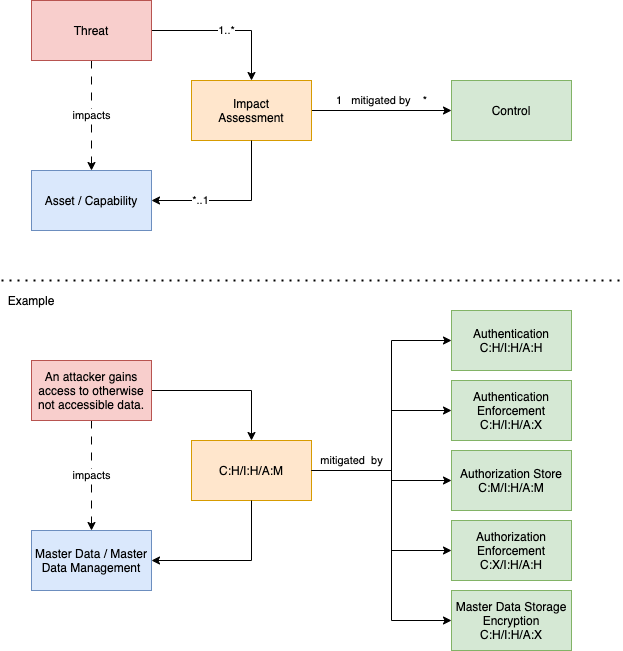
Earlier version of the draw.io export threats/2025/2025-10-20-Threat-Modelling-Impact-Assessment.png (spdx/meetings). Source tidied: cells renumbered, new cells last; positions are measured from the earlier drawing's top-left corner, leaving out a move shared by most shapes. The source it was exported from:
```xml
<mxGraphModel>
  <root>
    <mxCell id="0" />
    <mxCell id="1" parent="0" />
    <mxCell id="2" value="1&amp;nbsp; &amp;nbsp;mitigated by&amp;nbsp; &amp;nbsp; *" style="edgeStyle=orthogonalEdgeStyle;rounded=0;jettySize=auto;html=1;exitX=1;exitY=0.5;exitDx=0;exitDy=0;" parent="1" edge="1" source="4" target="3">
      <mxGeometry y="10" relative="1" as="geometry" />
    </mxCell>
    <mxCell id="3" value="Control" style="rounded=0;whiteSpace=wrap;html=1;fillColor=#d5e8d4;strokeColor=#82b366;" parent="1" vertex="1">
      <mxGeometry x="450" y="80" width="120" height="60" as="geometry" />
    </mxCell>
    <mxCell id="4" value="Impact&lt;br&gt;Assessment" style="rounded=0;whiteSpace=wrap;html=1;fillColor=#ffe6cc;strokeColor=#d79b00;" parent="1" vertex="1">
      <mxGeometry x="190" y="80" width="120" height="60" as="geometry" />
    </mxCell>
    <mxCell id="5" value="*..1" style="edgeStyle=orthogonalEdgeStyle;rounded=0;jettySize=auto;html=1;entryX=1;entryY=0.5;entryDx=0;entryDy=0;exitX=0.5;exitY=1;exitDx=0;exitDy=0;" parent="1" edge="1" source="4" target="9">
      <mxGeometry x="0.38" relative="1" as="geometry" />
    </mxCell>
    <mxCell id="6" value="1..*" style="edgeStyle=orthogonalEdgeStyle;rounded=0;jettySize=auto;html=1;" parent="1" edge="1" source="8" target="4">
      <mxGeometry relative="1" as="geometry" />
    </mxCell>
    <mxCell id="7" value="impacts" style="edgeStyle=orthogonalEdgeStyle;rounded=0;jettySize=auto;html=1;entryX=0.5;entryY=0;entryDx=0;entryDy=0;dashed=1;dashPattern=8 8;" parent="1" edge="1" source="8" target="9">
      <mxGeometry relative="1" as="geometry" />
    </mxCell>
    <mxCell id="8" value="Threat" style="rounded=0;whiteSpace=wrap;html=1;fillColor=#f8cecc;strokeColor=#b85450;" parent="1" vertex="1">
      <mxGeometry x="30" width="120" height="60" as="geometry" />
    </mxCell>
    <mxCell id="9" value="Asset / Capability" style="rounded=0;whiteSpace=wrap;html=1;fillColor=#dae8fc;strokeColor=#6c8ebf;" parent="1" vertex="1">
      <mxGeometry x="30" y="170" width="120" height="60" as="geometry" />
    </mxCell>
    <mxCell id="10" style="edgeStyle=orthogonalEdgeStyle;rounded=0;jettySize=auto;html=1;entryX=0;entryY=0.5;entryDx=0;entryDy=0;" parent="1" edge="1" source="13" target="23">
      <mxGeometry relative="1" as="geometry">
        <Array as="points">
          <mxPoint x="390" y="470" />
          <mxPoint x="390" y="550" />
        </Array>
      </mxGeometry>
    </mxCell>
    <mxCell id="11" style="edgeStyle=orthogonalEdgeStyle;rounded=0;jettySize=auto;html=1;entryX=0;entryY=0.5;entryDx=0;entryDy=0;" parent="1" edge="1" source="13" target="24">
      <mxGeometry relative="1" as="geometry">
        <Array as="points">
          <mxPoint x="390" y="470" />
          <mxPoint x="390" y="620" />
        </Array>
      </mxGeometry>
    </mxCell>
    <mxCell id="12" style="edgeStyle=orthogonalEdgeStyle;rounded=0;jettySize=auto;html=1;entryX=0;entryY=0.5;entryDx=0;entryDy=0;" parent="1" edge="1" source="13" target="25">
      <mxGeometry relative="1" as="geometry">
        <Array as="points">
          <mxPoint x="390" y="470" />
          <mxPoint x="390" y="410" />
        </Array>
      </mxGeometry>
    </mxCell>
    <mxCell id="13" value="C:H/I:H/A:M" style="rounded=0;whiteSpace=wrap;html=1;fillColor=#ffe6cc;strokeColor=#d79b00;" parent="1" vertex="1">
      <mxGeometry x="190" y="440" width="120" height="60" as="geometry" />
    </mxCell>
    <mxCell id="14" style="edgeStyle=orthogonalEdgeStyle;rounded=0;jettySize=auto;html=1;entryX=1;entryY=0.5;entryDx=0;entryDy=0;exitX=0.5;exitY=1;exitDx=0;exitDy=0;" parent="1" edge="1" source="13" target="18">
      <mxGeometry x="0.38" relative="1" as="geometry" />
    </mxCell>
    <mxCell id="15" style="edgeStyle=orthogonalEdgeStyle;rounded=0;jettySize=auto;html=1;" parent="1" edge="1" source="17" target="13">
      <mxGeometry relative="1" as="geometry" />
    </mxCell>
    <mxCell id="16" value="impacts" style="edgeStyle=orthogonalEdgeStyle;rounded=0;jettySize=auto;html=1;entryX=0.5;entryY=0;entryDx=0;entryDy=0;dashed=1;dashPattern=8 8;" parent="1" edge="1" source="17" target="18">
      <mxGeometry relative="1" as="geometry" />
    </mxCell>
    <mxCell id="17" value="An attacker gains access to otherwise not accessible data." style="rounded=0;whiteSpace=wrap;html=1;fillColor=#f8cecc;strokeColor=#b85450;" parent="1" vertex="1">
      <mxGeometry x="30" y="360" width="120" height="60" as="geometry" />
    </mxCell>
    <mxCell id="18" value="Master Data / Master Data Management" style="rounded=0;whiteSpace=wrap;html=1;fillColor=#dae8fc;strokeColor=#6c8ebf;" parent="1" vertex="1">
      <mxGeometry x="30" y="530" width="120" height="60" as="geometry" />
    </mxCell>
    <mxCell id="19" value="mitigated&amp;nbsp; by" style="edgeStyle=orthogonalEdgeStyle;rounded=0;jettySize=auto;html=1;exitX=1;exitY=0.5;exitDx=0;exitDy=0;entryX=0;entryY=0.5;entryDx=0;entryDy=0;labelBackgroundColor=none;" parent="1" edge="1" target="20">
      <mxGeometry x="-0.7" y="10" relative="1" as="geometry">
        <mxPoint x="310" y="470" as="sourcePoint" />
        <Array as="points">
          <mxPoint x="390" y="470" />
          <mxPoint x="390" y="340" />
        </Array>
      </mxGeometry>
    </mxCell>
    <mxCell id="20" value="Authentication&lt;br&gt;C:H/I:H/A:H" style="rounded=0;whiteSpace=wrap;html=1;fillColor=#d5e8d4;strokeColor=#82b366;" parent="1" vertex="1">
      <mxGeometry x="450" y="310" width="120" height="60" as="geometry" />
    </mxCell>
    <mxCell id="21" value="Authorization Store&lt;br&gt;C:M/I:H/A:M" style="rounded=0;whiteSpace=wrap;html=1;fillColor=#d5e8d4;strokeColor=#82b366;" parent="1" vertex="1">
      <mxGeometry x="450" y="450" width="120" height="60" as="geometry" />
    </mxCell>
    <mxCell id="22" style="edgeStyle=orthogonalEdgeStyle;rounded=0;jettySize=auto;html=1;exitX=1;exitY=0.5;exitDx=0;exitDy=0;entryX=0;entryY=0.5;entryDx=0;entryDy=0;" parent="1" edge="1" source="13" target="21">
      <mxGeometry y="10" relative="1" as="geometry">
        <Array as="points">
          <mxPoint x="390" y="470" />
          <mxPoint x="390" y="480" />
        </Array>
      </mxGeometry>
    </mxCell>
    <mxCell id="23" value="Authorization&lt;br&gt;Enforcement&lt;br&gt;C:X/I:H/A:H" style="rounded=0;whiteSpace=wrap;html=1;fillColor=#d5e8d4;strokeColor=#82b366;" parent="1" vertex="1">
      <mxGeometry x="450" y="520" width="120" height="60" as="geometry" />
    </mxCell>
    <mxCell id="24" value="Master Data Storage Encryption&lt;br&gt;C:H/I:H/A:X" style="rounded=0;whiteSpace=wrap;html=1;fillColor=#d5e8d4;strokeColor=#82b366;" parent="1" vertex="1">
      <mxGeometry x="450" y="590" width="120" height="60" as="geometry" />
    </mxCell>
    <mxCell id="25" value="Authentication&lt;br&gt;Enforcement&lt;br&gt;C:H/I:H/A:X" style="rounded=0;whiteSpace=wrap;html=1;fillColor=#d5e8d4;strokeColor=#82b366;" parent="1" vertex="1">
      <mxGeometry x="450" y="380" width="120" height="60" as="geometry" />
    </mxCell>
    <mxCell id="26" style="endArrow=none;dashed=1;html=1;dashPattern=1 3;strokeWidth=2;" parent="1" edge="1">
      <mxGeometry relative="1" as="geometry">
        <mxPoint y="280" as="sourcePoint" />
        <mxPoint x="620" y="280" as="targetPoint" />
      </mxGeometry>
    </mxCell>
    <mxCell id="27" value="Example" style="text;html=1;strokeColor=none;fillColor=none;align=center;verticalAlign=middle;whiteSpace=wrap;rounded=0;" parent="1" vertex="1">
      <mxGeometry x="10" y="290" width="40" height="20" as="geometry" />
    </mxCell>
  </root>
</mxGraphModel>
```
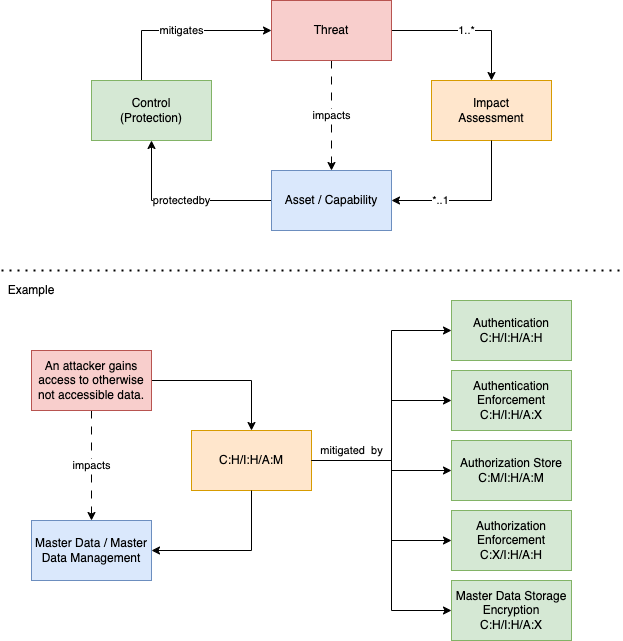
Above is the later version.

The edit, as a diff of the source:
```diff
@@ -2,14 +2,8 @@
   <root>
     <mxCell id="0" />
     <mxCell id="1" parent="0" />
-    <mxCell id="2" value="1&amp;nbsp; &amp;nbsp;mitigated by&amp;nbsp; &amp;nbsp; *" style="edgeStyle=orthogonalEdgeStyle;rounded=0;jettySize=auto;html=1;exitX=1;exitY=0.5;exitDx=0;exitDy=0;" parent="1" edge="1" source="4" target="3">
-      <mxGeometry y="10" relative="1" as="geometry" />
-    </mxCell>
-    <mxCell id="3" value="Control" style="rounded=0;whiteSpace=wrap;html=1;fillColor=#d5e8d4;strokeColor=#82b366;" parent="1" vertex="1">
-      <mxGeometry x="450" y="80" width="120" height="60" as="geometry" />
-    </mxCell>
     <mxCell id="4" value="Impact&lt;br&gt;Assessment" style="rounded=0;whiteSpace=wrap;html=1;fillColor=#ffe6cc;strokeColor=#d79b00;" parent="1" vertex="1">
-      <mxGeometry x="190" y="80" width="120" height="60" as="geometry" />
+      <mxGeometry x="430" y="90" width="120" height="60" as="geometry" />
     </mxCell>
     <mxCell id="5" value="*..1" style="edgeStyle=orthogonalEdgeStyle;rounded=0;jettySize=auto;html=1;entryX=1;entryY=0.5;entryDx=0;entryDy=0;exitX=0.5;exitY=1;exitDx=0;exitDy=0;" parent="1" edge="1" source="4" target="9">
       <mxGeometry x="0.38" relative="1" as="geometry" />
@@ -21,10 +15,13 @@
       <mxGeometry relative="1" as="geometry" />
     </mxCell>
     <mxCell id="8" value="Threat" style="rounded=0;whiteSpace=wrap;html=1;fillColor=#f8cecc;strokeColor=#b85450;" parent="1" vertex="1">
-      <mxGeometry x="30" width="120" height="60" as="geometry" />
+      <mxGeometry x="270" y="10" width="120" height="60" as="geometry" />
     </mxCell>
+    <mxCell id="28" value="protectedby" style="edgeStyle=orthogonalEdgeStyle;rounded=0;jettySize=auto;html=1;" parent="1" edge="1" source="9" target="30">
+      <mxGeometry relative="1" as="geometry" />
+    </mxCell>
     <mxCell id="9" value="Asset / Capability" style="rounded=0;whiteSpace=wrap;html=1;fillColor=#dae8fc;strokeColor=#6c8ebf;" parent="1" vertex="1">
-      <mxGeometry x="30" y="170" width="120" height="60" as="geometry" />
+      <mxGeometry x="270" y="180" width="120" height="60" as="geometry" />
     </mxCell>
     <mxCell id="10" style="edgeStyle=orthogonalEdgeStyle;rounded=0;jettySize=auto;html=1;entryX=0;entryY=0.5;entryDx=0;entryDy=0;" parent="1" edge="1" source="13" target="23">
       <mxGeometry relative="1" as="geometry">
@@ -109,5 +106,15 @@
     <mxCell id="27" value="Example" style="text;html=1;strokeColor=none;fillColor=none;align=center;verticalAlign=middle;whiteSpace=wrap;rounded=0;" parent="1" vertex="1">
       <mxGeometry x="10" y="290" width="40" height="20" as="geometry" />
     </mxCell>
+    <mxCell id="29" value="mitigates" style="edgeStyle=orthogonalEdgeStyle;rounded=0;jettySize=auto;html=1;entryX=0;entryY=0.5;entryDx=0;entryDy=0;" parent="1" edge="1" source="30" target="8">
+      <mxGeometry relative="1" as="geometry">
+        <Array as="points">
+          <mxPoint x="140" y="40" />
+        </Array>
+      </mxGeometry>
+    </mxCell>
+    <mxCell id="30" value="Control&lt;br&gt;(Protection)" style="rounded=0;whiteSpace=wrap;html=1;fillColor=#d5e8d4;strokeColor=#82b366;" parent="1" vertex="1">
+      <mxGeometry x="90" y="90" width="120" height="60" as="geometry" />
+    </mxCell>
   </root>
 </mxGraphModel>
```
